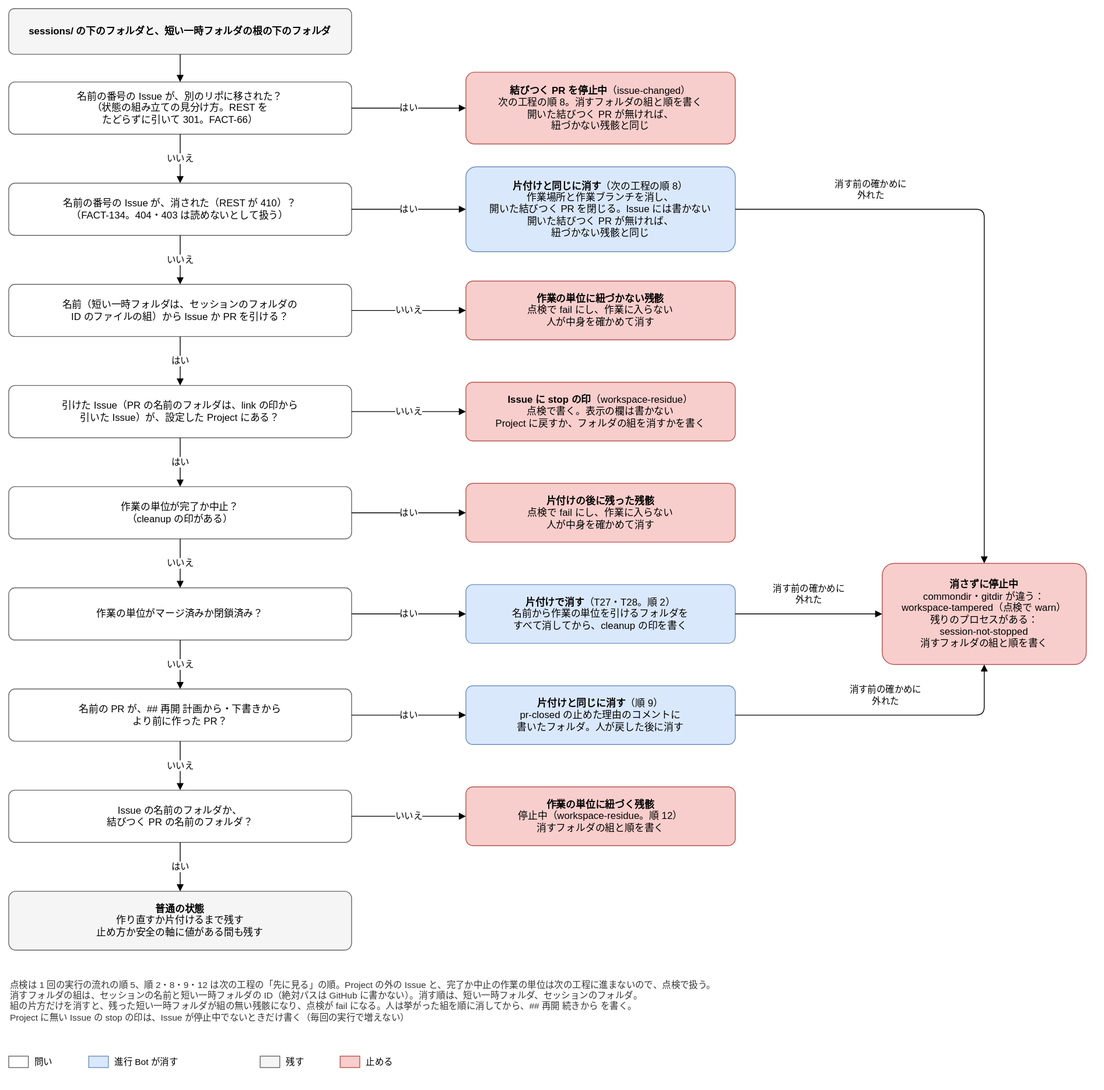
Earlier version of the draw.io export docs/design/basic/diagrams/02-workspace-residue.drawio.svg (Joymerrevent/dev-autopilot). Source tidied: cells renumbered, new cells last; positions are measured from the earlier drawing's top-left corner, leaving out a move shared by most shapes.
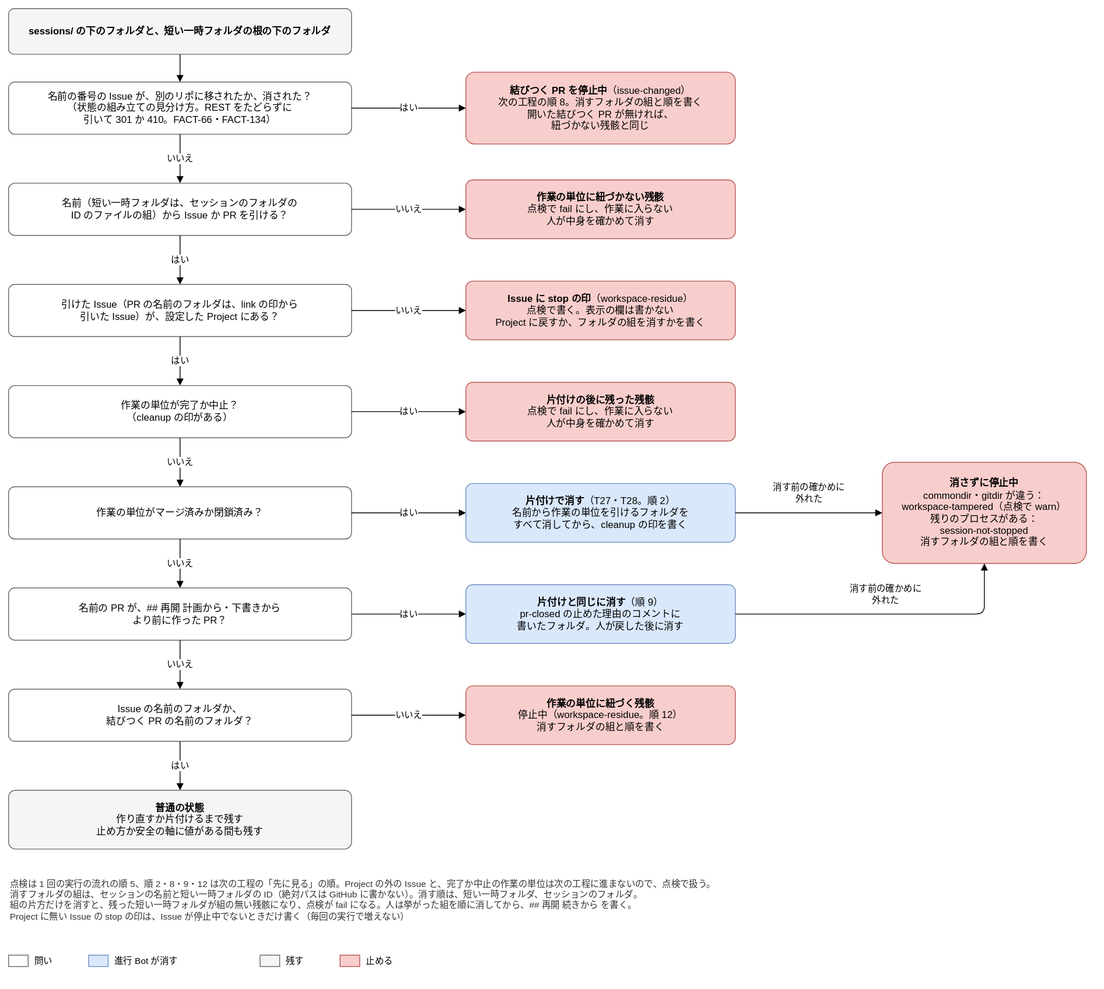
The same file after the commit.

Commit message:
docs(design): 基本設計の図で、消された Issue の片付けの箱を消し、移されたかの問いに消されたを含める

7 回目の直しへの追加（R1-42 の扱いを、要件と ADR に無い壊す操作を足さない形にする）。

- 02-next-step-stops：6 回目に足した q7b・o7b を消し、q7 を「Issue が別のリポに移されたか、
  消された（REST が 301 か 410）？」、o7 に「消されたときは、PR を閉じるか残すかを人が決める」を
  足す
- 02-workspace-residue：6 回目に足した q1b・o1b・t1b を消し、q1 を「移されたか、消された？」に
  する。どちらも 6 回目の前の配置に戻した

Claude-Session: https://claude.ai/code/session_01LvmXQN14Y95msvojZ6hWNP

What changed in the source:
```diff
@@ -3,10 +3,10 @@
     <mxCell id="0" />
     <mxCell id="1" parent="0" />
     <mxCell id="2" value="&lt;b&gt;sessions/ の下のフォルダと、短い一時フォルダの根の下のフォルダ&lt;/b&gt;" style="rounded=1;whiteSpace=wrap;html=1;fontSize=12;arcSize=12;fillColor=#f5f5f5;strokeColor=#666666;spacing=8;" parent="1" vertex="1">
-      <mxGeometry width="420" height="56" as="geometry" />
+      <mxGeometry y="124" width="420" height="56" as="geometry" />
     </mxCell>
-    <mxCell id="3" value="名前の番号の Issue が、別のリポに移された？&lt;br&gt;（状態の組み立ての見分け方。REST を&lt;br&gt;たどらずに引いて 301。FACT-66）" style="rounded=1;whiteSpace=wrap;html=1;fontSize=12;arcSize=12;fillColor=#ffffff;strokeColor=#666666;spacing=8;" parent="1" vertex="1">
-      <mxGeometry y="90" width="420" height="64" as="geometry" />
+    <mxCell id="3" value="名前の番号の Issue が、別のリポに移されたか、消された？&lt;br&gt;（状態の組み立ての見分け方。REST をたどらずに&lt;br&gt;引いて 301 か 410。FACT-66・FACT-134）" style="rounded=1;whiteSpace=wrap;html=1;fontSize=12;arcSize=12;fillColor=#ffffff;strokeColor=#666666;spacing=8;" parent="1" vertex="1">
+      <mxGeometry y="214" width="420" height="64" as="geometry" />
     </mxCell>
     <mxCell id="4" value="名前（短い一時フォルダは、セッションのフォルダの&lt;br&gt;ID のファイルの組）から Issue か PR を引ける？" style="rounded=1;whiteSpace=wrap;html=1;fontSize=12;arcSize=12;fillColor=#ffffff;strokeColor=#666666;spacing=8;" parent="1" vertex="1">
       <mxGeometry y="338" width="420" height="64" as="geometry" />
@@ -27,7 +27,7 @@
       <mxGeometry y="958" width="420" height="64" as="geometry" />
     </mxCell>
     <mxCell id="10" value="&lt;b&gt;結びつく PR を停止中&lt;/b&gt;（issue-changed）&lt;br&gt;次の工程の順 8。消すフォルダの組と順を書く&lt;br&gt;開いた結びつく PR が無ければ、&lt;br&gt;紐づかない残骸と同じ" style="rounded=1;whiteSpace=wrap;html=1;fontSize=12;arcSize=12;fillColor=#f8cecc;strokeColor=#b85450;spacing=8;" parent="1" vertex="1">
-      <mxGeometry x="560" y="78" width="330" height="88" as="geometry" />
+      <mxGeometry x="560" y="202" width="330" height="88" as="geometry" />
     </mxCell>
     <mxCell id="11" value="はい" style="edgeStyle=orthogonalEdgeStyle;rounded=1;html=1;endArrow=block;endFill=1;fontSize=11;labelBackgroundColor=#ffffff;exitX=1;exitY=0.5;exitDx=0;exitDy=0;entryX=0;entryY=0.5;entryDx=0;entryDy=0;" parent="1" edge="1" source="3" target="10">
       <mxGeometry relative="1" as="geometry" />
@@ -71,7 +71,7 @@
     <mxCell id="24" style="edgeStyle=orthogonalEdgeStyle;rounded=1;html=1;endArrow=block;endFill=1;fontSize=11;labelBackgroundColor=#ffffff;exitX=0.5;exitY=1;exitDx=0;exitDy=0;entryX=0.5;entryY=0;entryDx=0;entryDy=0;" parent="1" edge="1" source="2" target="3">
       <mxGeometry relative="1" as="geometry" />
     </mxCell>
-    <mxCell id="25" value="いいえ" style="edgeStyle=orthogonalEdgeStyle;rounded=1;html=1;endArrow=block;endFill=1;fontSize=11;labelBackgroundColor=#ffffff;exitX=0.5;exitY=1;exitDx=0;exitDy=0;entryX=0.5;entryY=0;entryDx=0;entryDy=0;" parent="1" edge="1" source="3" target="45">
+    <mxCell id="25" value="いいえ" style="edgeStyle=orthogonalEdgeStyle;rounded=1;html=1;endArrow=block;endFill=1;fontSize=11;labelBackgroundColor=#ffffff;exitX=0.5;exitY=1;exitDx=0;exitDy=0;entryX=0.5;entryY=0;entryDx=0;entryDy=0;" parent="1" edge="1" source="3" target="4">
       <mxGeometry relative="1" as="geometry" />
     </mxCell>
     <mxCell id="26" value="はい" style="edgeStyle=orthogonalEdgeStyle;rounded=1;html=1;endArrow=block;endFill=1;fontSize=11;labelBackgroundColor=#ffffff;exitX=0.5;exitY=1;exitDx=0;exitDy=0;entryX=0.5;entryY=0;entryDx=0;entryDy=0;" parent="1" edge="1" source="4" target="5">
@@ -138,22 +138,5 @@
     <mxCell id="44" value="止める" style="text;html=1;whiteSpace=wrap;align=left;verticalAlign=middle;fontSize=11;" parent="1" vertex="1">
       <mxGeometry x="436" y="1278" width="62" height="26" as="geometry" />
     </mxCell>
-    <mxCell id="45" value="名前の番号の Issue が、消された（REST が 410）？&lt;br&gt;（FACT-134。404・403 は読めないとして扱う）" style="rounded=1;whiteSpace=wrap;html=1;fontSize=12;arcSize=12;fillColor=#ffffff;strokeColor=#666666;spacing=8;" parent="1" vertex="1">
-      <mxGeometry y="214" width="420" height="64" as="geometry" />
-    </mxCell>
-    <mxCell id="46" value="&lt;b&gt;片付けと同じに消す&lt;/b&gt;（次の工程の順 8）&lt;br&gt;作業場所と作業ブランチを消し、&lt;br&gt;開いた結びつく PR を閉じる。Issue には書かない&lt;br&gt;開いた結びつく PR が無ければ、&lt;br&gt;紐づかない残骸と同じ" style="rounded=1;whiteSpace=wrap;html=1;fontSize=12;arcSize=12;fillColor=#dae8fc;strokeColor=#6c8ebf;spacing=8;" parent="1" vertex="1">
-      <mxGeometry x="560" y="194" width="330" height="104" as="geometry" />
-    </mxCell>
-    <mxCell id="47" value="はい" style="edgeStyle=orthogonalEdgeStyle;rounded=1;html=1;endArrow=block;endFill=1;fontSize=11;labelBackgroundColor=#ffffff;exitX=1;exitY=0.5;exitDx=0;exitDy=0;entryX=0;entryY=0.5;entryDx=0;entryDy=0;" parent="1" edge="1" source="45" target="46">
-      <mxGeometry relative="1" as="geometry" />
-    </mxCell>
-    <mxCell id="48" value="いいえ" style="edgeStyle=orthogonalEdgeStyle;rounded=1;html=1;endArrow=block;endFill=1;fontSize=11;labelBackgroundColor=#ffffff;exitX=0.5;exitY=1;exitDx=0;exitDy=0;entryX=0.5;entryY=0;entryDx=0;entryDy=0;" parent="1" edge="1" source="45" target="4">
-      <mxGeometry relative="1" as="geometry" />
-    </mxCell>
-    <mxCell id="49" value="消す前の確かめに&lt;br&gt;外れた" style="edgeStyle=orthogonalEdgeStyle;rounded=1;html=1;endArrow=block;endFill=1;fontSize=11;labelBackgroundColor=#ffffff;exitX=1;exitY=0.5;exitDx=0;exitDy=0;entryX=0.5;entryY=0;entryDx=0;entryDy=0;" parent="1" edge="1" source="46" target="33">
-      <mxGeometry x="-0.55" relative="1" as="geometry">
-        <mxPoint y="-24" as="offset" />
-      </mxGeometry>
-    </mxCell>
   </root>
 </mxGraphModel>
```
